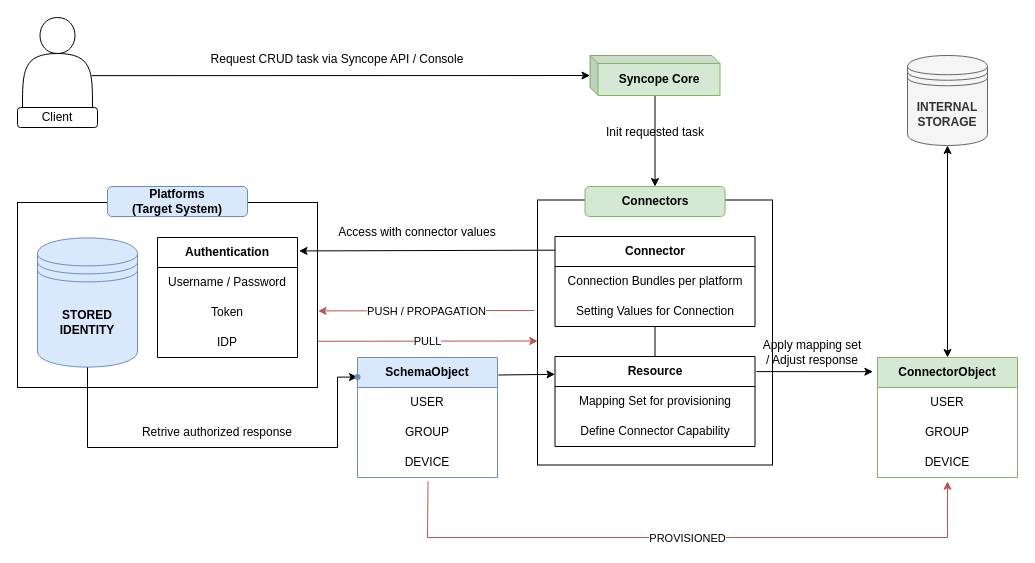
Before: Projects/inCompany/syncope_im.drawio in EST-94/workflows_diagram, a draw.io diagram. Source tidied: cells renumbered, new cells numbered last; positions are measured from the earlier drawing's top-left corner, leaving out a move shared by most shapes. Both pictures are drawn from the tidied source at 100%, with x=0, y=0 at pixel (17, 17).
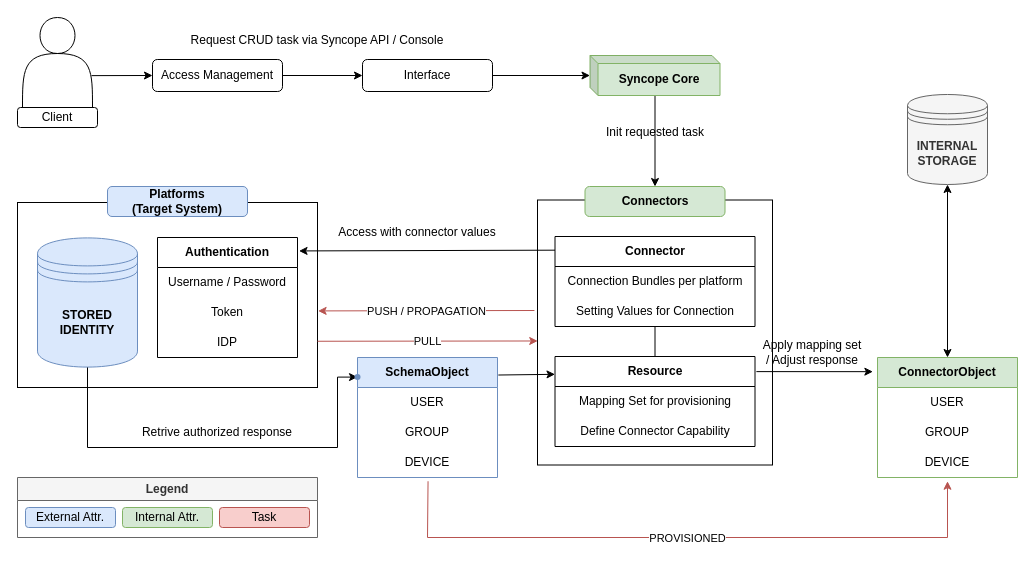
The same page after the edit.

The change refers to these unchanged cells:
```xml
<mxCell id="5" value="&lt;b&gt;Syncope Core&lt;/b&gt;" style="shape=cube;whiteSpace=wrap;html=1;boundedLbl=1;backgroundOutline=1;darkOpacity=0.05;darkOpacity2=0.1;fillColor=#d5e8d4;strokeColor=#82b366;size=8;" parent="1" vertex="1">
  <mxGeometry x="572.5" y="38" width="130" height="40" as="geometry" />
</mxCell>
<mxCell id="31" style="shape=actor;whiteSpace=wrap;html=1;" parent="30" vertex="1">
  <mxGeometry x="5" width="70" height="90" as="geometry" />
</mxCell>
```

Change to the diagram source:
```diff
@@
     <mxCell id="3" value="&lt;b&gt;INTERNAL&lt;br&gt;STORAGE&lt;/b&gt;" style="shape=datastore;whiteSpace=wrap;html=1;fillColor=#f5f5f5;fontColor=#333333;strokeColor=#666666;" parent="1" vertex="1">
-      <mxGeometry x="890" y="38" width="80" height="90" as="geometry" />
+      <mxGeometry x="890" y="77" width="80" height="90" as="geometry" />
     </mxCell>
@@
-    <mxCell id="23" style="endArrow=classic;html=1;rounded=0;exitX=0.986;exitY=0.646;exitDx=0;exitDy=0;exitPerimeter=0;" parent="1" edge="1" source="31" target="5">
+    <mxCell id="23" style="endArrow=classic;html=1;rounded=0;exitX=0.986;exitY=0.646;exitDx=0;exitDy=0;exitPerimeter=0;entryX=0;entryY=0.5;entryDx=0;entryDy=0;" parent="1" edge="1" source="31" target="56">
       <mxGeometry relative="1" as="geometry" />
     </mxCell>
     <mxCell id="24" value="Request CRUD task via Syncope API / Console" style="text;html=1;strokeColor=none;fillColor=none;align=center;verticalAlign=middle;whiteSpace=wrap;rounded=0;" parent="1" vertex="1">
-      <mxGeometry x="160" y="27" width="320" height="30" as="geometry" />
+      <mxGeometry x="140" y="8" width="320" height="30" as="geometry" />
     </mxCell>
@@
+    <mxCell id="51" value="Legend" style="swimlane;whiteSpace=wrap;html=1;fillColor=#f5f5f5;fontColor=#333333;strokeColor=#666666;" parent="1" vertex="1">
+      <mxGeometry y="460" width="300" height="60" as="geometry" />
+    </mxCell>
+    <mxCell id="52" value="External Attr." style="rounded=1;whiteSpace=wrap;html=1;fillColor=#dae8fc;strokeColor=#6c8ebf;" parent="51" vertex="1">
+      <mxGeometry x="8" y="30" width="90" height="20" as="geometry" />
+    </mxCell>
+    <mxCell id="53" value="Task" style="rounded=1;whiteSpace=wrap;html=1;fillColor=#f8cecc;strokeColor=#b85450;" parent="51" vertex="1">
+      <mxGeometry x="202" y="30" width="90" height="20" as="geometry" />
+    </mxCell>
+    <mxCell id="54" value="Internal Attr." style="rounded=1;whiteSpace=wrap;html=1;fillColor=#d5e8d4;strokeColor=#82b366;" parent="1" vertex="1">
+      <mxGeometry x="105" y="490" width="90" height="20" as="geometry" />
+    </mxCell>
+    <mxCell id="55" style="edgeStyle=orthogonalEdgeStyle;rounded=0;jettySize=auto;html=1;" parent="1" edge="1" source="56" target="58">
+      <mxGeometry relative="1" as="geometry" />
+    </mxCell>
+    <mxCell id="56" value="Access Management" style="rounded=1;whiteSpace=wrap;html=1;" parent="1" vertex="1">
+      <mxGeometry x="135" y="42" width="130" height="32" as="geometry" />
+    </mxCell>
+    <mxCell id="57" style="edgeStyle=orthogonalEdgeStyle;rounded=0;jettySize=auto;html=1;" parent="1" edge="1" source="58" target="5">
+      <mxGeometry relative="1" as="geometry" />
+    </mxCell>
+    <mxCell id="58" value="Interface" style="rounded=1;whiteSpace=wrap;html=1;" parent="1" vertex="1">
+      <mxGeometry x="345" y="42" width="130" height="32" as="geometry" />
+    </mxCell>
```
